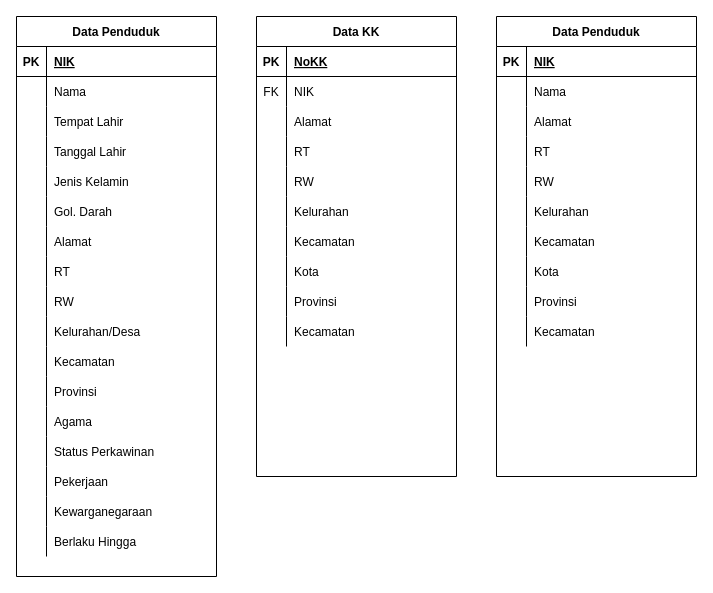
Earlier version of the draw.io diagram novice/Sistem Kependudukan/Sistem Kependudukan.drawio (elzackq/Praxis-Academy). Source tidied: cells renumbered, new cells numbered last; positions are measured from the earlier drawing's top-left corner, leaving out a move shared by most shapes. Both pictures are drawn from the tidied source at 100%, with x=0, y=0 at pixel (16, 16).
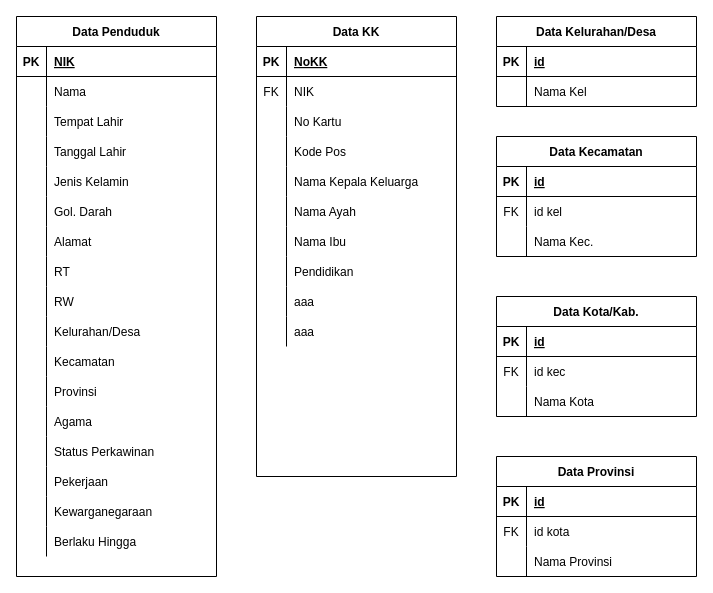
After the change.

Unchanged cells that the change refers to:
```xml
<mxCell id="61" style="shape=partialRectangle;fillColor=none;top=0;left=0;bottom=0;right=0;" parent="54" vertex="1">
  <mxGeometry y="90" width="200" height="30" as="geometry" />
</mxCell>
<mxCell id="64" style="shape=partialRectangle;fillColor=none;top=0;left=0;bottom=0;right=0;" parent="54" vertex="1">
  <mxGeometry y="120" width="200" height="30" as="geometry" />
</mxCell>
<mxCell id="67" style="shape=partialRectangle;fillColor=none;top=0;left=0;bottom=0;right=0;" parent="54" vertex="1">
  <mxGeometry y="150" width="200" height="30" as="geometry" />
</mxCell>
<mxCell id="70" style="shape=partialRectangle;fillColor=none;top=0;left=0;bottom=0;right=0;" parent="54" vertex="1">
  <mxGeometry y="180" width="200" height="30" as="geometry" />
</mxCell>
<mxCell id="73" style="shape=partialRectangle;fillColor=none;top=0;left=0;bottom=0;right=0;" parent="54" vertex="1">
  <mxGeometry y="210" width="200" height="30" as="geometry" />
</mxCell>
<mxCell id="76" style="shape=partialRectangle;fillColor=none;top=0;left=0;bottom=0;right=0;" parent="54" vertex="1">
  <mxGeometry y="240" width="200" height="30" as="geometry" />
</mxCell>
<mxCell id="79" style="shape=partialRectangle;fillColor=none;top=0;left=0;bottom=0;right=0;" parent="54" vertex="1">
  <mxGeometry y="270" width="200" height="30" as="geometry" />
</mxCell>
<mxCell id="82" style="shape=partialRectangle;fillColor=none;top=0;left=0;bottom=0;right=0;" parent="54" vertex="1">
  <mxGeometry y="300" width="200" height="30" as="geometry" />
</mxCell>
<mxCell id="86" style="shape=partialRectangle;fillColor=none;top=0;left=0;bottom=1;right=0;" parent="85" vertex="1">
  <mxGeometry y="30" width="200" height="30" as="geometry" />
</mxCell>
<mxCell id="89" style="shape=partialRectangle;fillColor=none;top=0;left=0;bottom=0;right=0;" parent="85" vertex="1">
  <mxGeometry y="60" width="200" height="30" as="geometry" />
</mxCell>
```

What changed in the source:
```diff
@@
-    <mxCell id="63" value="Alamat" style="shape=partialRectangle;fillColor=none;top=0;left=0;bottom=0;right=0;align=left;spacingLeft=6;overflow=hidden;" parent="61" vertex="1">
+    <mxCell id="63" value="No Kartu" style="shape=partialRectangle;fillColor=none;top=0;left=0;bottom=0;right=0;align=left;spacingLeft=6;overflow=hidden;" parent="61" vertex="1">
       <mxGeometry x="30" width="170" height="30" as="geometry" />
     </mxCell>
@@
-    <mxCell id="66" value="RT" style="shape=partialRectangle;fillColor=none;top=0;left=0;bottom=0;right=0;align=left;spacingLeft=6;overflow=hidden;" parent="64" vertex="1">
+    <mxCell id="66" value="Kode Pos" style="shape=partialRectangle;fillColor=none;top=0;left=0;bottom=0;right=0;align=left;spacingLeft=6;overflow=hidden;" parent="64" vertex="1">
       <mxGeometry x="30" width="170" height="30" as="geometry" />
     </mxCell>
@@
-    <mxCell id="69" value="RW" style="shape=partialRectangle;fillColor=none;top=0;left=0;bottom=0;right=0;align=left;spacingLeft=6;overflow=hidden;" parent="67" vertex="1">
+    <mxCell id="69" value="Nama Kepala Keluarga" style="shape=partialRectangle;fillColor=none;top=0;left=0;bottom=0;right=0;align=left;spacingLeft=6;overflow=hidden;" parent="67" vertex="1">
       <mxGeometry x="30" width="170" height="30" as="geometry" />
     </mxCell>
@@
-    <mxCell id="72" value="Kelurahan" style="shape=partialRectangle;fillColor=none;top=0;left=0;bottom=0;right=0;align=left;spacingLeft=6;overflow=hidden;" parent="70" vertex="1">
+    <mxCell id="72" value="Nama Ayah" style="shape=partialRectangle;fillColor=none;top=0;left=0;bottom=0;right=0;align=left;spacingLeft=6;overflow=hidden;" parent="70" vertex="1">
       <mxGeometry x="30" width="170" height="30" as="geometry" />
     </mxCell>
@@
-    <mxCell id="75" value="Kecamatan" style="shape=partialRectangle;fillColor=none;top=0;left=0;bottom=0;right=0;align=left;spacingLeft=6;overflow=hidden;" parent="73" vertex="1">
+    <mxCell id="75" value="Nama Ibu" style="shape=partialRectangle;fillColor=none;top=0;left=0;bottom=0;right=0;align=left;spacingLeft=6;overflow=hidden;" parent="73" vertex="1">
       <mxGeometry x="30" width="170" height="30" as="geometry" />
     </mxCell>
@@
-    <mxCell id="78" value="Kota" style="shape=partialRectangle;fillColor=none;top=0;left=0;bottom=0;right=0;align=left;spacingLeft=6;overflow=hidden;" parent="76" vertex="1">
+    <mxCell id="78" value="Pendidikan" style="shape=partialRectangle;fillColor=none;top=0;left=0;bottom=0;right=0;align=left;spacingLeft=6;overflow=hidden;" parent="76" vertex="1">
       <mxGeometry x="30" width="170" height="30" as="geometry" />
     </mxCell>
@@
-    <mxCell id="81" value="Provinsi" style="shape=partialRectangle;fillColor=none;top=0;left=0;bottom=0;right=0;align=left;spacingLeft=6;overflow=hidden;" parent="79" vertex="1">
+    <mxCell id="81" value="aaa" style="shape=partialRectangle;fillColor=none;top=0;left=0;bottom=0;right=0;align=left;spacingLeft=6;overflow=hidden;" parent="79" vertex="1">
       <mxGeometry x="30" width="170" height="30" as="geometry" />
     </mxCell>
@@
-    <mxCell id="84" value="Kecamatan" style="shape=partialRectangle;fillColor=none;top=0;left=0;bottom=0;right=0;align=left;spacingLeft=6;overflow=hidden;" parent="82" vertex="1">
+    <mxCell id="84" value="aaa" style="shape=partialRectangle;fillColor=none;top=0;left=0;bottom=0;right=0;align=left;spacingLeft=6;overflow=hidden;" parent="82" vertex="1">
       <mxGeometry x="30" width="170" height="30" as="geometry" />
     </mxCell>
-    <mxCell id="85" value="Data Penduduk" style="shape=table;startSize=30;childLayout=tableLayout;rowLines=0;fontStyle=1;align=center;" parent="1" vertex="1">
-      <mxGeometry x="480" width="200" height="460" as="geometry" />
+    <mxCell id="85" value="Data Kelurahan/Desa" style="shape=table;startSize=30;childLayout=tableLayout;rowLines=0;fontStyle=1;align=center;" parent="1" vertex="1">
+      <mxGeometry x="480" width="200" height="90" as="geometry" />
     </mxCell>
@@
-    <mxCell id="88" value="NIK" style="shape=partialRectangle;fillColor=none;top=0;left=0;bottom=0;right=0;align=left;spacingLeft=6;fontStyle=5;overflow=hidden;" parent="86" vertex="1">
+    <mxCell id="88" value="id" style="shape=partialRectangle;fillColor=none;top=0;left=0;bottom=0;right=0;align=left;spacingLeft=6;fontStyle=5;overflow=hidden;" parent="86" vertex="1">
       <mxGeometry x="30" width="170" height="30" as="geometry" />
     </mxCell>
@@
-    <mxCell id="91" value="Nama" style="shape=partialRectangle;fillColor=none;top=0;left=0;bottom=0;right=0;align=left;spacingLeft=6;overflow=hidden;" parent="89" vertex="1">
+    <mxCell id="91" value="Nama Kel" style="shape=partialRectangle;fillColor=none;top=0;left=0;bottom=0;right=0;align=left;spacingLeft=6;overflow=hidden;" parent="89" vertex="1">
       <mxGeometry x="30" width="170" height="30" as="geometry" />
     </mxCell>
-    <mxCell id="92" style="shape=partialRectangle;fillColor=none;top=0;left=0;bottom=0;right=0;" parent="85" vertex="1">
-      <mxGeometry y="90" width="200" height="30" as="geometry" />
-    </mxCell>
-    <mxCell id="93" style="shape=partialRectangle;fillColor=none;top=0;left=0;bottom=0;right=0;overflow=hidden;" parent="92" vertex="1">
-      <mxGeometry width="30" height="30" as="geometry" />
-    </mxCell>
-    <mxCell id="94" value="Alamat" style="shape=partialRectangle;fillColor=none;top=0;left=0;bottom=0;right=0;align=left;spacingLeft=6;overflow=hidden;" parent="92" vertex="1">
-      <mxGeometry x="30" width="170" height="30" as="geometry" />
-    </mxCell>
-    <mxCell id="95" style="shape=partialRectangle;fillColor=none;top=0;left=0;bottom=0;right=0;" parent="85" vertex="1">
-      <mxGeometry y="120" width="200" height="30" as="geometry" />
-    </mxCell>
-    <mxCell id="96" style="shape=partialRectangle;fillColor=none;top=0;left=0;bottom=0;right=0;overflow=hidden;" parent="95" vertex="1">
-      <mxGeometry width="30" height="30" as="geometry" />
-    </mxCell>
-    <mxCell id="97" value="RT" style="shape=partialRectangle;fillColor=none;top=0;left=0;bottom=0;right=0;align=left;spacingLeft=6;overflow=hidden;" parent="95" vertex="1">
-      <mxGeometry x="30" width="170" height="30" as="geometry" />
-    </mxCell>
-    <mxCell id="98" style="shape=partialRectangle;fillColor=none;top=0;left=0;bottom=0;right=0;" parent="85" vertex="1">
-      <mxGeometry y="150" width="200" height="30" as="geometry" />
-    </mxCell>
-    <mxCell id="99" style="shape=partialRectangle;fillColor=none;top=0;left=0;bottom=0;right=0;overflow=hidden;" parent="98" vertex="1">
-      <mxGeometry width="30" height="30" as="geometry" />
-    </mxCell>
-    <mxCell id="100" value="RW" style="shape=partialRectangle;fillColor=none;top=0;left=0;bottom=0;right=0;align=left;spacingLeft=6;overflow=hidden;" parent="98" vertex="1">
-      <mxGeometry x="30" width="170" height="30" as="geometry" />
-    </mxCell>
-    <mxCell id="101" style="shape=partialRectangle;fillColor=none;top=0;left=0;bottom=0;right=0;" parent="85" vertex="1">
-      <mxGeometry y="180" width="200" height="30" as="geometry" />
-    </mxCell>
-    <mxCell id="102" style="shape=partialRectangle;fillColor=none;top=0;left=0;bottom=0;right=0;overflow=hidden;" parent="101" vertex="1">
-      <mxGeometry width="30" height="30" as="geometry" />
-    </mxCell>
-    <mxCell id="103" value="Kelurahan" style="shape=partialRectangle;fillColor=none;top=0;left=0;bottom=0;right=0;align=left;spacingLeft=6;overflow=hidden;" parent="101" vertex="1">
-      <mxGeometry x="30" width="170" height="30" as="geometry" />
-    </mxCell>
-    <mxCell id="104" style="shape=partialRectangle;fillColor=none;top=0;left=0;bottom=0;right=0;" parent="85" vertex="1">
-      <mxGeometry y="210" width="200" height="30" as="geometry" />
-    </mxCell>
-    <mxCell id="105" style="shape=partialRectangle;fillColor=none;top=0;left=0;bottom=0;right=0;overflow=hidden;" parent="104" vertex="1">
-      <mxGeometry width="30" height="30" as="geometry" />
-    </mxCell>
-    <mxCell id="106" value="Kecamatan" style="shape=partialRectangle;fillColor=none;top=0;left=0;bottom=0;right=0;align=left;spacingLeft=6;overflow=hidden;" parent="104" vertex="1">
-      <mxGeometry x="30" width="170" height="30" as="geometry" />
-    </mxCell>
-    <mxCell id="107" style="shape=partialRectangle;fillColor=none;top=0;left=0;bottom=0;right=0;" parent="85" vertex="1">
-      <mxGeometry y="240" width="200" height="30" as="geometry" />
-    </mxCell>
-    <mxCell id="108" style="shape=partialRectangle;fillColor=none;top=0;left=0;bottom=0;right=0;overflow=hidden;" parent="107" vertex="1">
-      <mxGeometry width="30" height="30" as="geometry" />
-    </mxCell>
-    <mxCell id="109" value="Kota" style="shape=partialRectangle;fillColor=none;top=0;left=0;bottom=0;right=0;align=left;spacingLeft=6;overflow=hidden;" parent="107" vertex="1">
-      <mxGeometry x="30" width="170" height="30" as="geometry" />
-    </mxCell>
-    <mxCell id="110" style="shape=partialRectangle;fillColor=none;top=0;left=0;bottom=0;right=0;" parent="85" vertex="1">
-      <mxGeometry y="270" width="200" height="30" as="geometry" />
-    </mxCell>
-    <mxCell id="111" style="shape=partialRectangle;fillColor=none;top=0;left=0;bottom=0;right=0;overflow=hidden;" parent="110" vertex="1">
-      <mxGeometry width="30" height="30" as="geometry" />
-    </mxCell>
-    <mxCell id="112" value="Provinsi" style="shape=partialRectangle;fillColor=none;top=0;left=0;bottom=0;right=0;align=left;spacingLeft=6;overflow=hidden;" parent="110" vertex="1">
-      <mxGeometry x="30" width="170" height="30" as="geometry" />
-    </mxCell>
-    <mxCell id="113" style="shape=partialRectangle;fillColor=none;top=0;left=0;bottom=0;right=0;" parent="85" vertex="1">
-      <mxGeometry y="300" width="200" height="30" as="geometry" />
-    </mxCell>
-    <mxCell id="114" style="shape=partialRectangle;fillColor=none;top=0;left=0;bottom=0;right=0;overflow=hidden;" parent="113" vertex="1">
-      <mxGeometry width="30" height="30" as="geometry" />
-    </mxCell>
-    <mxCell id="115" value="Kecamatan" style="shape=partialRectangle;fillColor=none;top=0;left=0;bottom=0;right=0;align=left;spacingLeft=6;overflow=hidden;" parent="113" vertex="1">
-      <mxGeometry x="30" width="170" height="30" as="geometry" />
-    </mxCell>
+    <mxCell id="116" value="Data Kecamatan" style="shape=table;startSize=30;childLayout=tableLayout;rowLines=0;fontStyle=1;align=center;" parent="1" vertex="1">
+      <mxGeometry x="480" y="120" width="200" height="120" as="geometry" />
+    </mxCell>
+    <mxCell id="117" style="shape=partialRectangle;fillColor=none;top=0;left=0;bottom=1;right=0;" parent="116" vertex="1">
+      <mxGeometry y="30" width="200" height="30" as="geometry" />
+    </mxCell>
+    <mxCell id="118" value="PK" style="shape=partialRectangle;fillColor=none;top=0;left=0;bottom=0;right=0;fontStyle=1;overflow=hidden;" parent="117" vertex="1">
+      <mxGeometry width="30" height="30" as="geometry" />
+    </mxCell>
+    <mxCell id="119" value="id" style="shape=partialRectangle;fillColor=none;top=0;left=0;bottom=0;right=0;align=left;spacingLeft=6;fontStyle=5;overflow=hidden;" parent="117" vertex="1">
+      <mxGeometry x="30" width="170" height="30" as="geometry" />
+    </mxCell>
+    <mxCell id="120" style="shape=partialRectangle;fillColor=none;top=0;left=0;bottom=0;right=0;" parent="116" vertex="1">
+      <mxGeometry y="60" width="200" height="30" as="geometry" />
+    </mxCell>
+    <mxCell id="121" value="FK" style="shape=partialRectangle;fillColor=none;top=0;left=0;bottom=0;right=0;overflow=hidden;" parent="120" vertex="1">
+      <mxGeometry width="30" height="30" as="geometry" />
+    </mxCell>
+    <mxCell id="122" value="id kel" style="shape=partialRectangle;fillColor=none;top=0;left=0;bottom=0;right=0;align=left;spacingLeft=6;overflow=hidden;" parent="120" vertex="1">
+      <mxGeometry x="30" width="170" height="30" as="geometry" />
+    </mxCell>
+    <mxCell id="123" style="shape=partialRectangle;fillColor=none;top=0;left=0;bottom=0;right=0;" parent="116" vertex="1">
+      <mxGeometry y="90" width="200" height="30" as="geometry" />
+    </mxCell>
+    <mxCell id="124" style="shape=partialRectangle;fillColor=none;top=0;left=0;bottom=0;right=0;overflow=hidden;" parent="123" vertex="1">
+      <mxGeometry width="30" height="30" as="geometry" />
+    </mxCell>
+    <mxCell id="125" value="Nama Kec." style="shape=partialRectangle;fillColor=none;top=0;left=0;bottom=0;right=0;align=left;spacingLeft=6;overflow=hidden;" parent="123" vertex="1">
+      <mxGeometry x="30" width="170" height="30" as="geometry" />
+    </mxCell>
+    <mxCell id="126" value="Data Kota/Kab." style="shape=table;startSize=30;childLayout=tableLayout;rowLines=0;fontStyle=1;align=center;" parent="1" vertex="1">
+      <mxGeometry x="480" y="280" width="200" height="120" as="geometry" />
+    </mxCell>
+    <mxCell id="127" style="shape=partialRectangle;fillColor=none;top=0;left=0;bottom=1;right=0;" parent="126" vertex="1">
+      <mxGeometry y="30" width="200" height="30" as="geometry" />
+    </mxCell>
+    <mxCell id="128" value="PK" style="shape=partialRectangle;fillColor=none;top=0;left=0;bottom=0;right=0;fontStyle=1;overflow=hidden;" parent="127" vertex="1">
+      <mxGeometry width="30" height="30" as="geometry" />
+    </mxCell>
+    <mxCell id="129" value="id" style="shape=partialRectangle;fillColor=none;top=0;left=0;bottom=0;right=0;align=left;spacingLeft=6;fontStyle=5;overflow=hidden;" parent="127" vertex="1">
+      <mxGeometry x="30" width="170" height="30" as="geometry" />
+    </mxCell>
+    <mxCell id="130" style="shape=partialRectangle;fillColor=none;top=0;left=0;bottom=0;right=0;" parent="126" vertex="1">
+      <mxGeometry y="60" width="200" height="30" as="geometry" />
+    </mxCell>
+    <mxCell id="131" value="FK" style="shape=partialRectangle;fillColor=none;top=0;left=0;bottom=0;right=0;overflow=hidden;" parent="130" vertex="1">
+      <mxGeometry width="30" height="30" as="geometry" />
+    </mxCell>
+    <mxCell id="132" value="id kec" style="shape=partialRectangle;fillColor=none;top=0;left=0;bottom=0;right=0;align=left;spacingLeft=6;overflow=hidden;" parent="130" vertex="1">
+      <mxGeometry x="30" width="170" height="30" as="geometry" />
+    </mxCell>
+    <mxCell id="133" style="shape=partialRectangle;fillColor=none;top=0;left=0;bottom=0;right=0;" parent="126" vertex="1">
+      <mxGeometry y="90" width="200" height="30" as="geometry" />
+    </mxCell>
+    <mxCell id="134" style="shape=partialRectangle;fillColor=none;top=0;left=0;bottom=0;right=0;overflow=hidden;" parent="133" vertex="1">
+      <mxGeometry width="30" height="30" as="geometry" />
+    </mxCell>
+    <mxCell id="135" value="Nama Kota" style="shape=partialRectangle;fillColor=none;top=0;left=0;bottom=0;right=0;align=left;spacingLeft=6;overflow=hidden;" parent="133" vertex="1">
+      <mxGeometry x="30" width="170" height="30" as="geometry" />
+    </mxCell>
+    <mxCell id="136" value="Data Provinsi" style="shape=table;startSize=30;childLayout=tableLayout;rowLines=0;fontStyle=1;align=center;" parent="1" vertex="1">
+      <mxGeometry x="480" y="440" width="200" height="120" as="geometry" />
+    </mxCell>
+    <mxCell id="137" style="shape=partialRectangle;fillColor=none;top=0;left=0;bottom=1;right=0;" parent="136" vertex="1">
+      <mxGeometry y="30" width="200" height="30" as="geometry" />
+    </mxCell>
+    <mxCell id="138" value="PK" style="shape=partialRectangle;fillColor=none;top=0;left=0;bottom=0;right=0;fontStyle=1;overflow=hidden;" parent="137" vertex="1">
+      <mxGeometry width="30" height="30" as="geometry" />
+    </mxCell>
+    <mxCell id="139" value="id" style="shape=partialRectangle;fillColor=none;top=0;left=0;bottom=0;right=0;align=left;spacingLeft=6;fontStyle=5;overflow=hidden;" parent="137" vertex="1">
+      <mxGeometry x="30" width="170" height="30" as="geometry" />
+    </mxCell>
+    <mxCell id="140" style="shape=partialRectangle;fillColor=none;top=0;left=0;bottom=0;right=0;" parent="136" vertex="1">
+      <mxGeometry y="60" width="200" height="30" as="geometry" />
+    </mxCell>
+    <mxCell id="141" value="FK" style="shape=partialRectangle;fillColor=none;top=0;left=0;bottom=0;right=0;overflow=hidden;" parent="140" vertex="1">
+      <mxGeometry width="30" height="30" as="geometry" />
+    </mxCell>
+    <mxCell id="142" value="id kota" style="shape=partialRectangle;fillColor=none;top=0;left=0;bottom=0;right=0;align=left;spacingLeft=6;overflow=hidden;" parent="140" vertex="1">
+      <mxGeometry x="30" width="170" height="30" as="geometry" />
+    </mxCell>
+    <mxCell id="143" style="shape=partialRectangle;fillColor=none;top=0;left=0;bottom=0;right=0;" parent="136" vertex="1">
+      <mxGeometry y="90" width="200" height="30" as="geometry" />
+    </mxCell>
+    <mxCell id="144" style="shape=partialRectangle;fillColor=none;top=0;left=0;bottom=0;right=0;overflow=hidden;" parent="143" vertex="1">
+      <mxGeometry width="30" height="30" as="geometry" />
+    </mxCell>
+    <mxCell id="145" value="Nama Provinsi" style="shape=partialRectangle;fillColor=none;top=0;left=0;bottom=0;right=0;align=left;spacingLeft=6;overflow=hidden;" parent="143" vertex="1">
+      <mxGeometry x="30" width="170" height="30" as="geometry" />
+    </mxCell>
```
